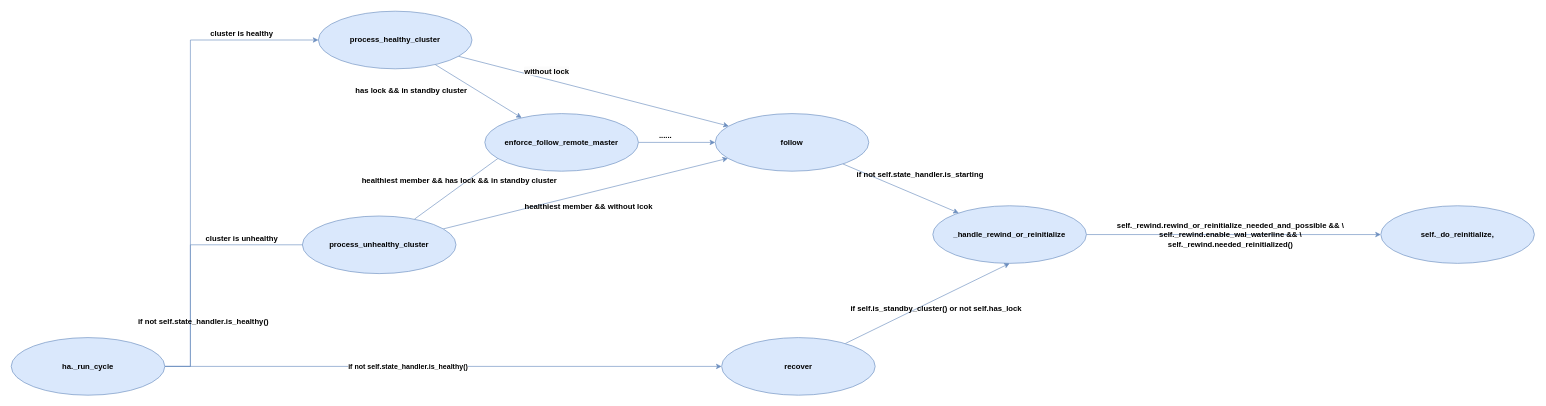
The draw.io diagram docs/patroni-trigger-reinitialize-workflow.drawio in xin49/patroni, before the edit. Source tidied: cells renumbered, new cells numbered last; positions are measured from the earlier drawing's top-left corner, leaving out a move shared by most shapes. Both pictures are drawn from the tidied source at 64%, with x=0, y=0 at pixel (11, 11).
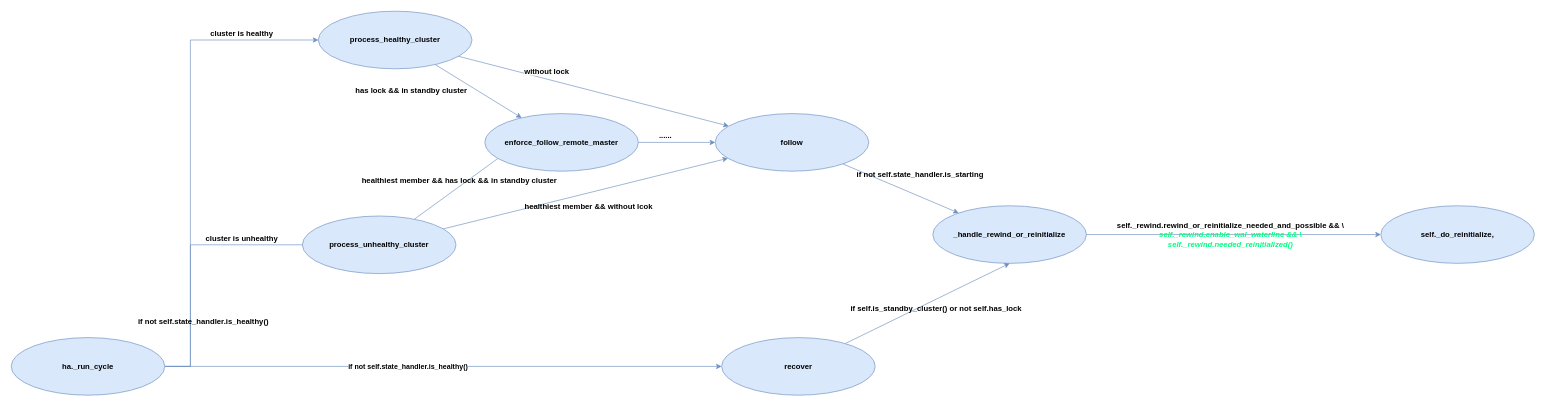
Above is the later version.

Diff of the diagram source:
```diff
@@
-    <mxCell id="32" value="self._rewind.rewind_or_reinitialize_needed_and_possible &amp;amp;&amp;amp; \&lt;br&gt;self._rewind.enable_wal_waterline &amp;amp;&amp;amp; \&lt;br&gt;self._rewind.needed_reinitialized()" style="text;html=1;align=center;verticalAlign=middle;strokeColor=none;fillColor=none;fontStyle=1;" parent="1" vertex="1">
+    <mxCell id="32" value="self._rewind.rewind_or_reinitialize_needed_and_possible &amp;amp;&amp;amp; \&lt;br&gt;&lt;i&gt;&lt;font color=&quot;#00ff80&quot;&gt;self._rewind.enable_wal_waterline &amp;amp;&amp;amp; \&lt;br&gt;self._rewind.needed_reinitialized()&lt;/font&gt;&lt;/i&gt;" style="text;html=1;align=center;verticalAlign=middle;strokeColor=none;fillColor=none;fontStyle=1;" parent="1" vertex="1">
       <mxGeometry x="1685" y="320" width="440" height="60" as="geometry" />
     </mxCell>
```
